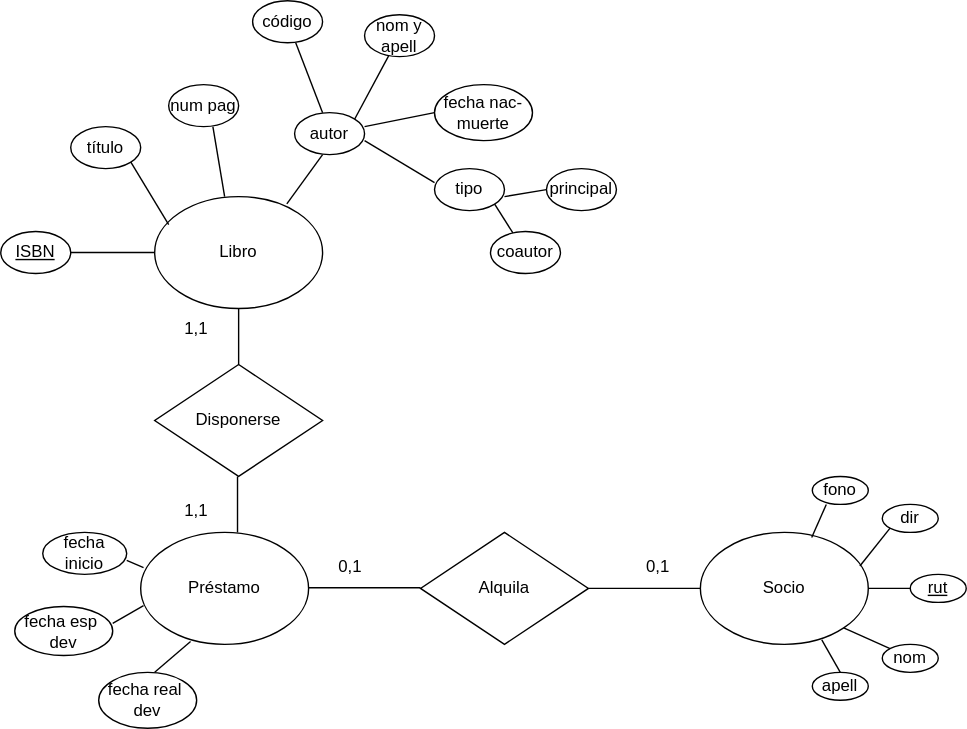
Before: modelo conceptual.drawio.svg, a diagram exported from draw.io (FranSantander/-Biblioteca). Source tidied: cells renumbered, new cells last; positions are measured from the earlier drawing's top-left corner, leaving out a move shared by most shapes.
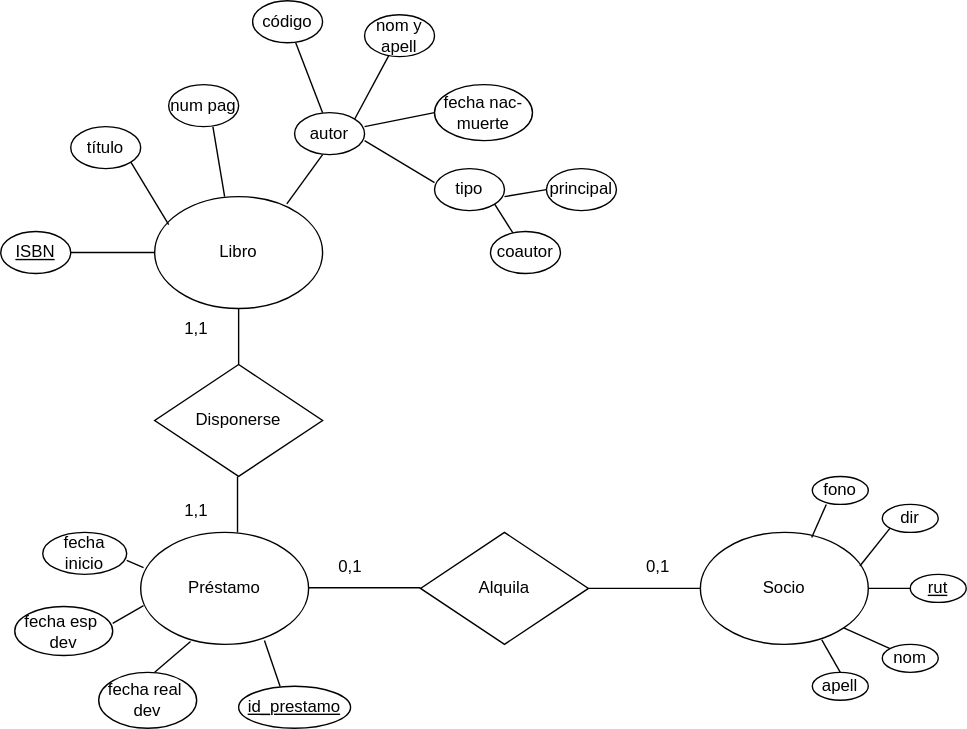
Later version of the same file.

Change to the diagram source:
```diff
@@ -184,5 +184,11 @@
     <mxCell id="50" value="1,1" style="text;html=1;strokeColor=none;fillColor=none;align=center;verticalAlign=middle;whiteSpace=wrap;rounded=0;" parent="1" vertex="1">
       <mxGeometry x="110" y="350" width="60" height="30" as="geometry" />
     </mxCell>
+    <mxCell id="51" value="&lt;u&gt;id_prestamo&lt;/u&gt;" style="ellipse;whiteSpace=wrap;html=1;" parent="1" vertex="1">
+      <mxGeometry x="170" y="490" width="80" height="30" as="geometry" />
+    </mxCell>
+    <mxCell id="52" style="endArrow=none;html=1;rounded=0;entryX=0.737;entryY=0.965;entryDx=0;entryDy=0;entryPerimeter=0;exitX=0.37;exitY=0;exitDx=0;exitDy=0;exitPerimeter=0;" parent="1" edge="1" source="51" target="3">
+      <mxGeometry relative="1" as="geometry" />
+    </mxCell>
   </root>
 </mxGraphModel>
```
